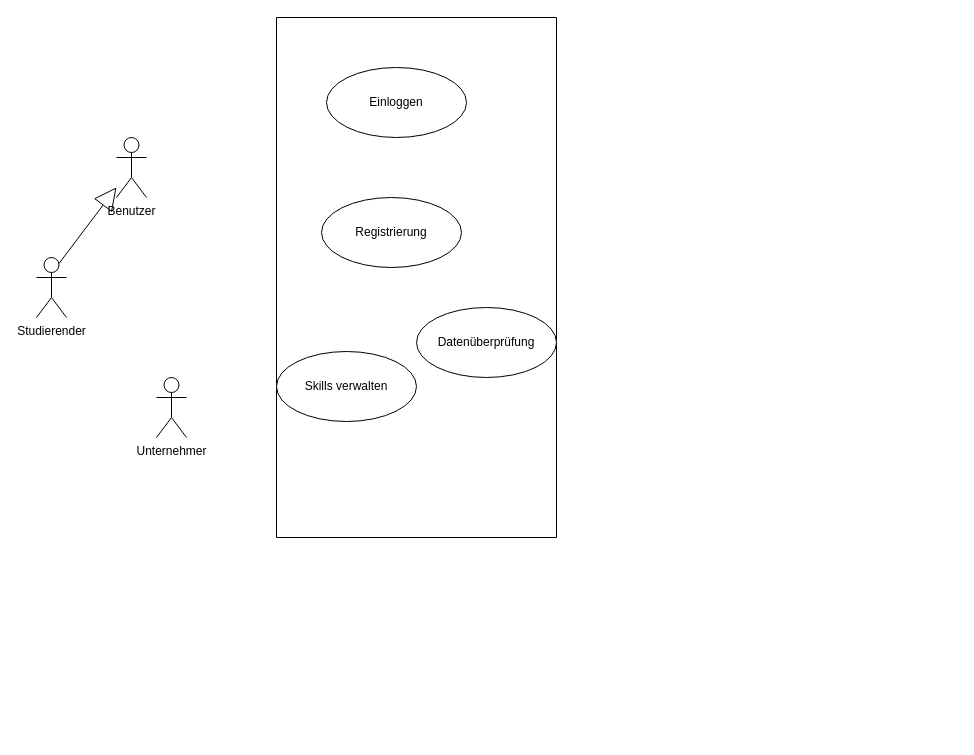
This is UseCaseSE1.drawio from tobiasenger/zeichnungen, a draw.io file, before an edit. Source tidied: cells renumbered, new cells numbered last; positions are measured from the earlier drawing's top-left corner, leaving out a move shared by most shapes. Both pictures are drawn from the tidied source at 100%, with x=0, y=0 at pixel (36, 17).
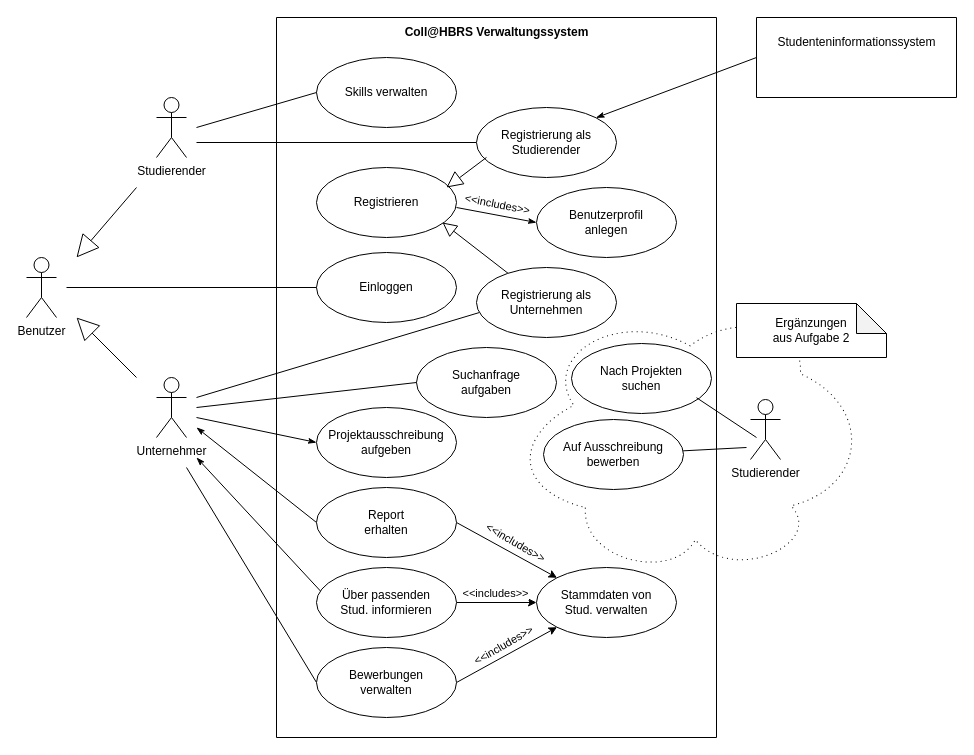
The same diagram, later.

What changed in the source:
```diff
@@
     <mxCell id="2" style="swimlane;startSize=0;" parent="1" vertex="1">
-      <mxGeometry x="240" width="280" height="520" as="geometry" />
+      <mxGeometry x="240" width="440" height="720" as="geometry" />
     </mxCell>
+    <mxCell id="11" style="ellipse;shape=cloud;whiteSpace=wrap;html=1;rotation=-86;dashed=1;dashPattern=1 4;fillColor=none;" parent="2" vertex="1">
+      <mxGeometry x="271.6" y="242.8" width="270" height="373" as="geometry" />
+    </mxCell>
     <mxCell id="3" value="Einloggen" style="ellipse;whiteSpace=wrap;html=1;" parent="2" vertex="1">
-      <mxGeometry x="50" y="50" width="140" height="70" as="geometry" />
+      <mxGeometry x="40" y="235" width="140" height="70" as="geometry" />
     </mxCell>
+    <mxCell id="12" style="edgeStyle=none;rounded=0;jettySize=auto;html=1;entryX=0;entryY=0.5;entryDx=0;entryDy=0;endArrow=classicThin;endFill=1;" parent="2" edge="1" target="22">
+      <mxGeometry relative="1" as="geometry">
+        <mxPoint x="180" y="190" as="sourcePoint" />
+      </mxGeometry>
+    </mxCell>
+    <mxCell id="13" value="&amp;lt;&amp;lt;includes&amp;gt;&amp;gt;" style="edgeLabel;html=1;align=center;verticalAlign=middle;rotation=11;" parent="12" vertex="1">
+      <mxGeometry x="-0.18" y="-2" relative="1" as="geometry">
+        <mxPoint x="9" y="-12" as="offset" />
+      </mxGeometry>
+    </mxCell>
+    <mxCell id="5" value="Skills verwalten" style="ellipse;whiteSpace=wrap;html=1;" parent="2" vertex="1">
+      <mxGeometry x="40" y="40" width="140" height="70" as="geometry" />
+    </mxCell>
+    <mxCell id="14" style="edgeStyle=none;rounded=0;jettySize=auto;html=1;endArrow=none;endFill=0;entryX=0;entryY=0.5;entryDx=0;entryDy=0;" parent="2" edge="1" target="5">
+      <mxGeometry relative="1" as="geometry">
+        <mxPoint x="-80" y="110" as="sourcePoint" />
+      </mxGeometry>
+    </mxCell>
+    <mxCell id="15" value="Projektausschreibung&lt;br&gt;aufgeben" style="ellipse;whiteSpace=wrap;html=1;" parent="2" vertex="1">
+      <mxGeometry x="40" y="390" width="140" height="70" as="geometry" />
+    </mxCell>
+    <mxCell id="16" value="Suchanfrage&lt;br&gt;aufgaben" style="ellipse;whiteSpace=wrap;html=1;" parent="2" vertex="1">
+      <mxGeometry x="140" y="330" width="140" height="70" as="geometry" />
+    </mxCell>
+    <mxCell id="17" style="edgeStyle=none;rounded=0;orthogonalLoop=1;jettySize=auto;html=1;endArrow=classicThin;endFill=1;" parent="2" edge="1">
+      <mxGeometry relative="1" as="geometry">
+        <mxPoint x="50" y="580" as="sourcePoint" />
+        <mxPoint x="-80" y="440" as="targetPoint" />
+      </mxGeometry>
+    </mxCell>
+    <mxCell id="18" style="edgeStyle=none;rounded=0;jettySize=auto;html=1;exitX=1;exitY=0.5;exitDx=0;exitDy=0;entryX=0;entryY=0.5;entryDx=0;entryDy=0;" parent="2" edge="1" source="19" target="37">
+      <mxGeometry relative="1" as="geometry" />
+    </mxCell>
+    <mxCell id="19" value="Über passenden&lt;br&gt;Stud. informieren" style="ellipse;whiteSpace=wrap;html=1;" parent="2" vertex="1">
+      <mxGeometry x="40" y="550" width="140" height="70" as="geometry" />
+    </mxCell>
+    <mxCell id="20" style="edgeStyle=none;rounded=0;jettySize=auto;html=1;exitX=0.9;exitY=0.786;exitDx=0;exitDy=0;endArrow=none;endFill=0;exitPerimeter=0;startArrow=block;startFill=0;startSize=12;" parent="2" edge="1" source="4" target="24">
+      <mxGeometry relative="1" as="geometry" />
+    </mxCell>
-    <mxCell id="4" value="Registrierung" style="ellipse;whiteSpace=wrap;html=1;" parent="2" vertex="1">
-      <mxGeometry x="45" y="180" width="140" height="70" as="geometry" />
+    <mxCell id="4" value="Registrieren" style="ellipse;whiteSpace=wrap;html=1;" parent="2" vertex="1">
+      <mxGeometry x="40" y="150" width="140" height="70" as="geometry" />
     </mxCell>
-    <mxCell id="5" value="Skills verwalten" style="ellipse;whiteSpace=wrap;html=1;" parent="2" vertex="1">
-      <mxGeometry y="334" width="140" height="70" as="geometry" />
-    </mxCell>
-    <mxCell id="6" value="Datenüberprüfung" style="ellipse;whiteSpace=wrap;html=1;" parent="2" vertex="1">
-      <mxGeometry x="140" y="290" width="140" height="70" as="geometry" />
-    </mxCell>
+    <mxCell id="21" value="&lt;b&gt;Coll@HBRS Verwaltungssystem&lt;/b&gt;" style="text;html=1;align=center;verticalAlign=middle;strokeColor=none;fillColor=none;" parent="2" vertex="1">
+      <mxGeometry x="115" width="210" height="30" as="geometry" />
+    </mxCell>
+    <mxCell id="22" value="Benutzerprofil&lt;br&gt;anlegen" style="ellipse;whiteSpace=wrap;html=1;" parent="2" vertex="1">
+      <mxGeometry x="260" y="170" width="140" height="70" as="geometry" />
+    </mxCell>
+    <mxCell id="23" style="edgeStyle=none;rounded=0;jettySize=auto;html=1;exitX=0.021;exitY=0.643;exitDx=0;exitDy=0;endArrow=none;endFill=0;startArrow=none;startFill=0;exitPerimeter=0;" parent="2" edge="1" source="24">
+      <mxGeometry relative="1" as="geometry">
+        <mxPoint x="-80" y="380" as="targetPoint" />
+      </mxGeometry>
+    </mxCell>
+    <mxCell id="24" value="Registrierung als&lt;br&gt;Unternehmen" style="ellipse;whiteSpace=wrap;html=1;" parent="2" vertex="1">
+      <mxGeometry x="200" y="250" width="140" height="70" as="geometry" />
+    </mxCell>
+    <mxCell id="25" style="edgeStyle=orthogonalEdgeStyle;rounded=0;jettySize=auto;html=1;exitX=0;exitY=0.5;exitDx=0;exitDy=0;endArrow=none;endFill=0;" parent="2" edge="1" source="26">
+      <mxGeometry relative="1" as="geometry">
+        <mxPoint x="-80" y="125" as="targetPoint" />
+      </mxGeometry>
+    </mxCell>
+    <mxCell id="26" value="Registrierung als&lt;br&gt;Studierender" style="ellipse;whiteSpace=wrap;html=1;" parent="2" vertex="1">
+      <mxGeometry x="200" y="90" width="140" height="70" as="geometry" />
+    </mxCell>
+    <mxCell id="27" style="edgeStyle=none;rounded=0;jettySize=auto;html=1;entryX=0.071;entryY=0.714;entryDx=0;entryDy=0;entryPerimeter=0;endArrow=none;endFill=0;startArrow=block;startFill=0;targetPerimeterSpacing=6;sourcePerimeterSpacing=6;startSize=14;" parent="2" edge="1" target="26">
+      <mxGeometry relative="1" as="geometry">
+        <mxPoint x="170" y="170" as="sourcePoint" />
+      </mxGeometry>
+    </mxCell>
+    <mxCell id="28" style="edgeStyle=none;rounded=0;jettySize=auto;html=1;exitX=0;exitY=0.5;exitDx=0;exitDy=0;endArrow=none;endFill=0;" parent="2" edge="1" source="30">
+      <mxGeometry relative="1" as="geometry">
+        <mxPoint x="-90" y="450" as="targetPoint" />
+      </mxGeometry>
+    </mxCell>
+    <mxCell id="29" style="edgeStyle=none;rounded=0;jettySize=auto;html=1;exitX=1;exitY=0.5;exitDx=0;exitDy=0;entryX=0;entryY=1;entryDx=0;entryDy=0;" parent="2" edge="1" source="30" target="37">
+      <mxGeometry relative="1" as="geometry" />
+    </mxCell>
+    <mxCell id="30" value="Bewerbungen&lt;br&gt;verwalten" style="ellipse;whiteSpace=wrap;html=1;" parent="2" vertex="1">
+      <mxGeometry x="40" y="630" width="140" height="70" as="geometry" />
+    </mxCell>
+    <mxCell id="31" style="edgeStyle=none;rounded=0;jettySize=auto;html=1;exitX=0;exitY=0.5;exitDx=0;exitDy=0;endArrow=classicThin;endFill=1;" parent="2" edge="1" source="36">
+      <mxGeometry relative="1" as="geometry">
+        <mxPoint x="-80" y="410" as="targetPoint" />
+      </mxGeometry>
+    </mxCell>
+    <mxCell id="32" style="edgeStyle=none;rounded=0;jettySize=auto;html=1;exitX=1;exitY=0.5;exitDx=0;exitDy=0;entryX=0;entryY=0;entryDx=0;entryDy=0;" parent="2" edge="1" source="36" target="37">
+      <mxGeometry relative="1" as="geometry" />
+    </mxCell>
+    <mxCell id="33" value="&amp;lt;&amp;lt;includes&amp;gt;&amp;gt;" style="edgeLabel;html=1;align=center;verticalAlign=middle;rotation=30;" parent="32" vertex="1">
+      <mxGeometry x="-0.09" y="-2" relative="1" as="geometry">
+        <mxPoint x="14" y="-7" as="offset" />
+      </mxGeometry>
+    </mxCell>
+    <mxCell id="34" value="&amp;lt;&amp;lt;includes&amp;gt;&amp;gt;" style="edgeLabel;html=1;align=center;verticalAlign=middle;rotation=-30;" parent="32" vertex="1">
+      <mxGeometry x="-0.09" y="-2" relative="1" as="geometry">
+        <mxPoint x="2" y="96" as="offset" />
+      </mxGeometry>
+    </mxCell>
+    <mxCell id="35" value="&amp;lt;&amp;lt;includes&amp;gt;&amp;gt;" style="edgeLabel;html=1;align=center;verticalAlign=middle;rotation=0;" parent="32" vertex="1">
+      <mxGeometry x="-0.09" y="-2" relative="1" as="geometry">
+        <mxPoint x="-6" y="44" as="offset" />
+      </mxGeometry>
+    </mxCell>
+    <mxCell id="36" value="Report&lt;br&gt;erhalten" style="ellipse;whiteSpace=wrap;html=1;" parent="2" vertex="1">
+      <mxGeometry x="40" y="470" width="140" height="70" as="geometry" />
+    </mxCell>
+    <mxCell id="37" value="Stammdaten von&lt;br&gt;Stud. verwalten" style="ellipse;whiteSpace=wrap;html=1;" parent="2" vertex="1">
+      <mxGeometry x="260" y="550" width="140" height="70" as="geometry" />
+    </mxCell>
+    <mxCell id="38" value="Nach Projekten&lt;br&gt;suchen" style="ellipse;whiteSpace=wrap;html=1;" parent="2" vertex="1">
+      <mxGeometry x="295" y="326" width="140" height="70" as="geometry" />
+    </mxCell>
+    <mxCell id="39" value="Auf Ausschreibung&lt;br&gt;bewerben" style="ellipse;whiteSpace=wrap;html=1;" parent="2" vertex="1">
+      <mxGeometry x="267" y="402" width="140" height="70" as="geometry" />
+    </mxCell>
+    <mxCell id="40" value="Ergänzungen&lt;br&gt;aus Aufgabe 2" style="shape=note;whiteSpace=wrap;html=1;backgroundOutline=1;darkOpacity=0.05;" parent="2" vertex="1">
+      <mxGeometry x="460" y="286" width="150" height="54" as="geometry" />
+    </mxCell>
+    <mxCell id="41" style="endArrow=none;html=1;rounded=0;" parent="2" edge="1">
+      <mxGeometry relative="1" as="geometry">
+        <mxPoint x="420" y="380.2" as="sourcePoint" />
+        <mxPoint x="480" y="420" as="targetPoint" />
+      </mxGeometry>
+    </mxCell>
+    <mxCell id="42" style="endArrow=none;html=1;rounded=0;" parent="2" edge="1" source="39">
+      <mxGeometry relative="1" as="geometry">
+        <mxPoint x="470" y="430" as="targetPoint" />
+      </mxGeometry>
+    </mxCell>
@@
+    <mxCell id="43" style="edgeStyle=none;rounded=0;jettySize=auto;html=1;entryX=0;entryY=0.5;entryDx=0;entryDy=0;endArrow=none;endFill=0;" parent="1" edge="1" target="3">
+      <mxGeometry relative="1" as="geometry">
+        <mxPoint x="30" y="270" as="sourcePoint" />
+      </mxGeometry>
+    </mxCell>
     <mxCell id="8" value="Benutzer" style="shape=umlActor;verticalLabelPosition=bottom;verticalAlign=top;html=1;" parent="1" vertex="1">
-      <mxGeometry x="80" y="120" width="30" height="60" as="geometry" />
+      <mxGeometry x="-10" y="240" width="30" height="60" as="geometry" />
     </mxCell>
-    <mxCell id="9" style="rounded=0;jettySize=auto;html=1;exitX=0.75;exitY=0.1;exitDx=0;exitDy=0;exitPerimeter=0;endArrow=block;endFill=0;endSize=20;" parent="1" edge="1" source="10" target="8">
-      <mxGeometry relative="1" as="geometry" />
+    <mxCell id="9" style="rounded=0;orthogonalLoop=1;jettySize=auto;html=1;endArrow=block;endFill=0;endSize=20;" parent="1" edge="1">
+      <mxGeometry relative="1" as="geometry">
+        <mxPoint x="100" y="360" as="sourcePoint" />
+        <mxPoint x="40" y="300" as="targetPoint" />
+      </mxGeometry>
     </mxCell>
     <mxCell id="10" value="Studierender" style="shape=umlActor;verticalLabelPosition=bottom;verticalAlign=top;html=1;" parent="1" vertex="1">
-      <mxGeometry y="240" width="30" height="60" as="geometry" />
+      <mxGeometry x="120" y="80" width="30" height="60" as="geometry" />
     </mxCell>
+    <mxCell id="44" style="rounded=0;orthogonalLoop=1;jettySize=auto;html=1;endArrow=block;endFill=0;endSize=20;" parent="1" edge="1">
+      <mxGeometry relative="1" as="geometry">
+        <mxPoint x="100" y="170" as="sourcePoint" />
+        <mxPoint x="40" y="240" as="targetPoint" />
+      </mxGeometry>
+    </mxCell>
+    <mxCell id="45" style="edgeStyle=none;rounded=0;jettySize=auto;html=1;entryX=0;entryY=0.5;entryDx=0;entryDy=0;endArrow=classicThin;endFill=1;" parent="1" edge="1" target="15">
+      <mxGeometry relative="1" as="geometry">
+        <mxPoint x="160" y="400" as="sourcePoint" />
+      </mxGeometry>
+    </mxCell>
+    <mxCell id="46" style="edgeStyle=none;rounded=0;jettySize=auto;html=1;entryX=0;entryY=0.5;entryDx=0;entryDy=0;endArrow=none;endFill=0;" parent="1" edge="1" target="16">
+      <mxGeometry relative="1" as="geometry">
+        <mxPoint x="160" y="390" as="sourcePoint" />
+      </mxGeometry>
+    </mxCell>
+    <mxCell id="47" style="edgeStyle=none;rounded=0;jettySize=auto;html=1;exitX=0;exitY=0.5;exitDx=0;exitDy=0;entryX=1;entryY=0;entryDx=0;entryDy=0;endArrow=classicThin;endFill=1;" parent="1" edge="1" source="48" target="26">
+      <mxGeometry relative="1" as="geometry" />
+    </mxCell>
+    <mxCell id="48" style="swimlane;startSize=0;" parent="1" vertex="1">
+      <mxGeometry x="720" width="200" height="80" as="geometry" />
+    </mxCell>
+    <mxCell id="49" value="Studenteninformationssystem" style="text;html=1;align=center;verticalAlign=middle;strokeColor=none;fillColor=none;" parent="48" vertex="1">
+      <mxGeometry x="10" y="10" width="180" height="30" as="geometry" />
+    </mxCell>
+    <mxCell id="50" value="Studierender" style="shape=umlActor;verticalLabelPosition=bottom;verticalAlign=top;html=1;" parent="1" vertex="1">
+      <mxGeometry x="714" y="382" width="30" height="60" as="geometry" />
+    </mxCell>
```
